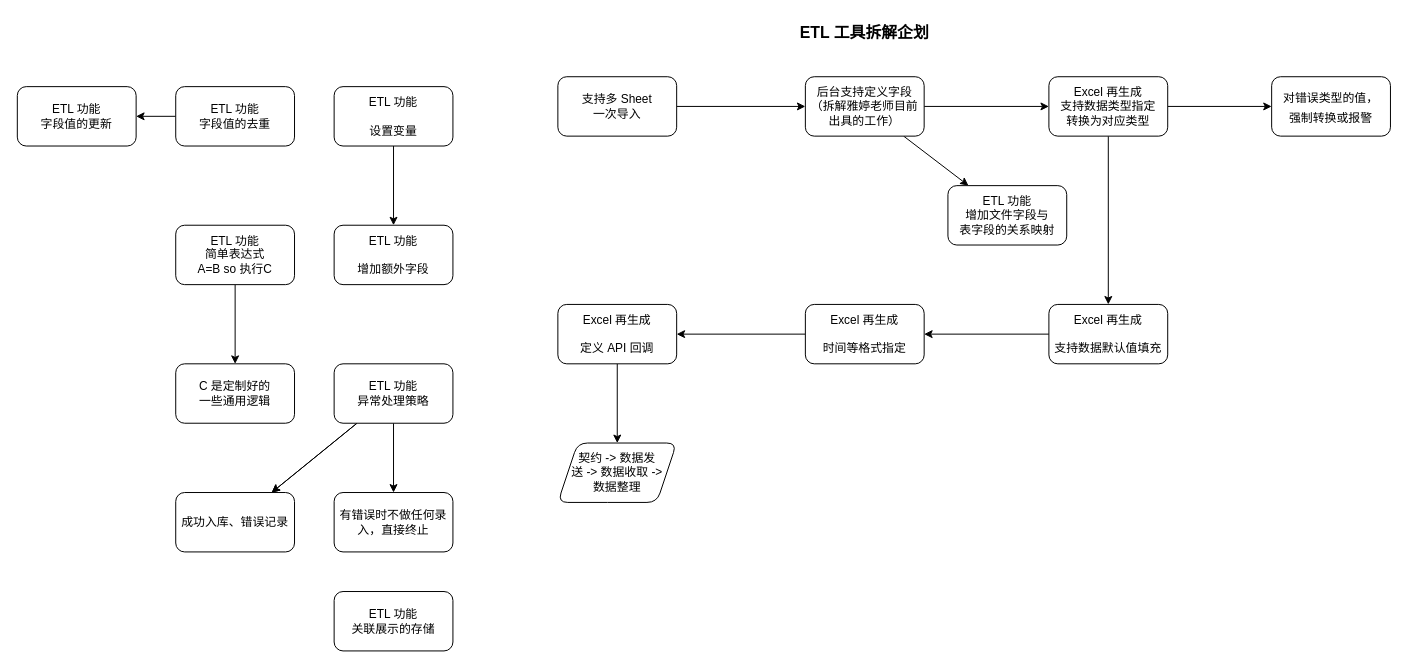
This is page "Golang'ETL" (8 of 8) of 结构分析.drawio from uiosun/diagrams, a draw.io file, before an edit. Source tidied: cells renumbered, new cells numbered last; positions are measured from the earlier drawing's top-left corner, leaving out a move shared by most shapes. Both pictures are drawn from the tidied source at 99%, with x=0, y=0 at pixel (17, 17).
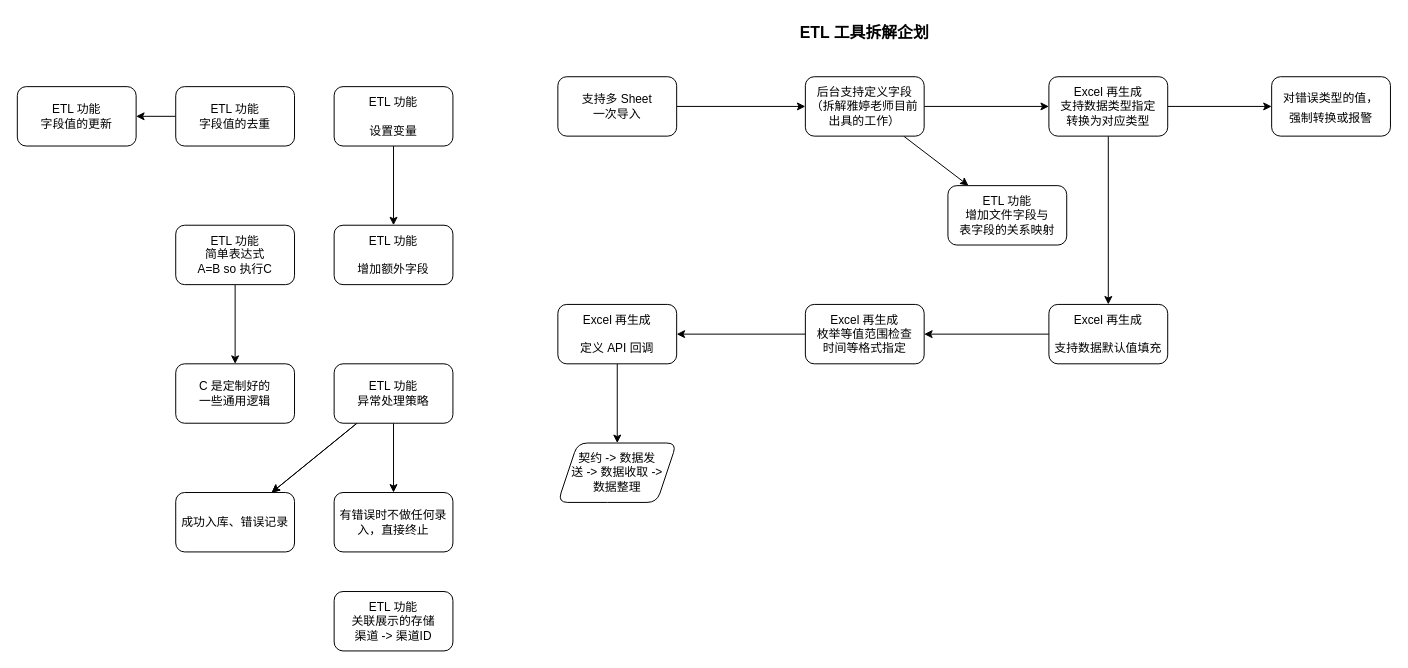
The same page after the edit.

Commit message:
更新 ETL 功能面板

The edit, as a diff of the source:
```diff
@@
-    <mxCell id="13" value="Excel 再生成&lt;br&gt;&lt;br&gt;时间等格式指定" style="rounded=1;whiteSpace=wrap;html=1;" parent="1" vertex="1">
+    <mxCell id="13" value="Excel 再生成&lt;br&gt;枚举等值范围检查&lt;br&gt;时间等格式指定" style="rounded=1;whiteSpace=wrap;html=1;" parent="1" vertex="1">
       <mxGeometry x="796" y="290" width="120" height="60" as="geometry" />
     </mxCell>
@@
-    <mxCell id="34" value="ETL 功能&lt;br&gt;关联展示的存储" style="rounded=1;whiteSpace=wrap;html=1;" parent="1" vertex="1">
+    <mxCell id="34" value="ETL 功能&lt;br&gt;关联展示的存储&lt;br&gt;渠道 -&amp;gt; 渠道ID" style="rounded=1;whiteSpace=wrap;html=1;" parent="1" vertex="1">
       <mxGeometry x="320" y="580" width="120" height="60" as="geometry" />
     </mxCell>
```
